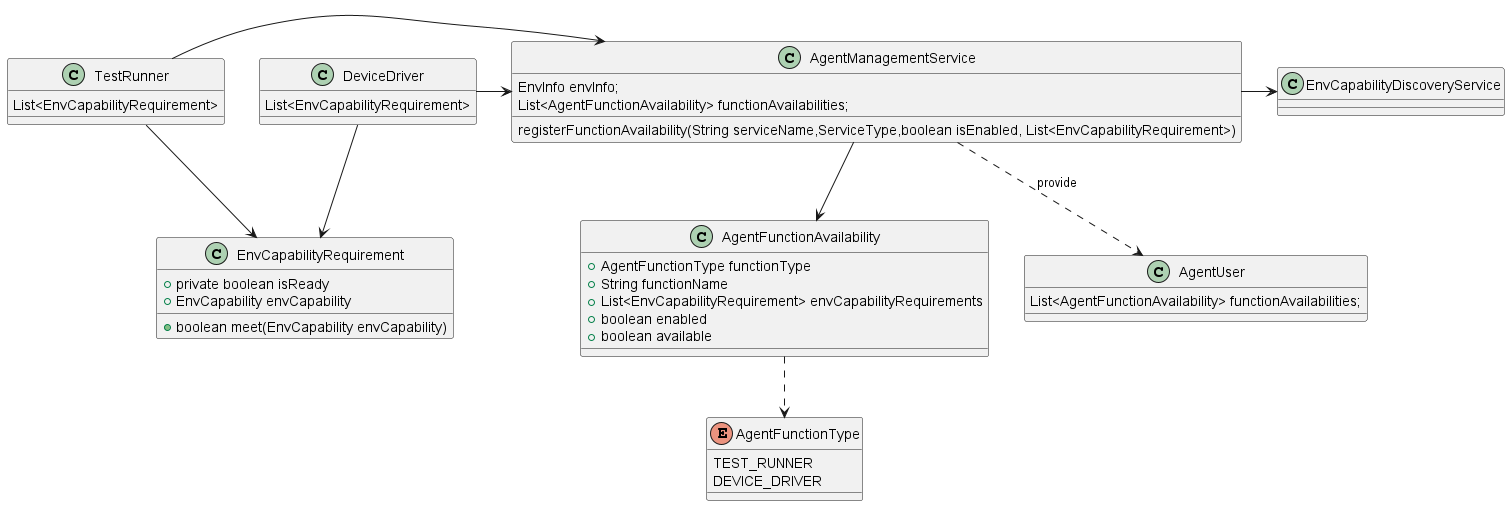
This is docs/images/UML/agent_capability_design.png from microsoft/HydraLab, a PlantUML export, as it was before one commit.
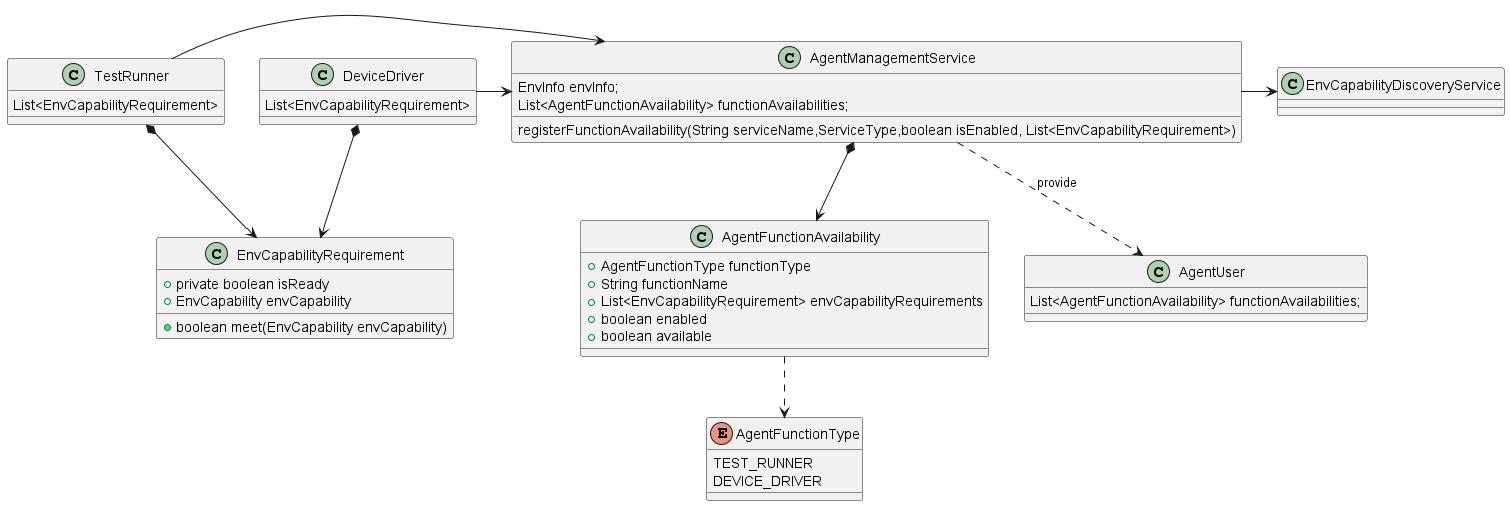
After the commit.

Change to the diagram source:
```diff
@@ -15,8 +15,8 @@
 
 TestRunner -r-> AgentManagementService
 DeviceDriver -r-> AgentManagementService
-TestRunner --> EnvCapabilityRequirement
-DeviceDriver --> EnvCapabilityRequirement
+TestRunner *--> EnvCapabilityRequirement
+DeviceDriver *--> EnvCapabilityRequirement
 
 class EnvCapabilityRequirement{
     +private boolean isReady
@@ -34,7 +34,7 @@
     +boolean enabled
     +boolean available
 }
-AgentManagementService -->AgentFunctionAvailability
+AgentManagementService *-->AgentFunctionAvailability
 AgentFunctionAvailability ..> AgentFunctionType
 class AgentUser{
     List<AgentFunctionAvailability> functionAvailabilities;
```
